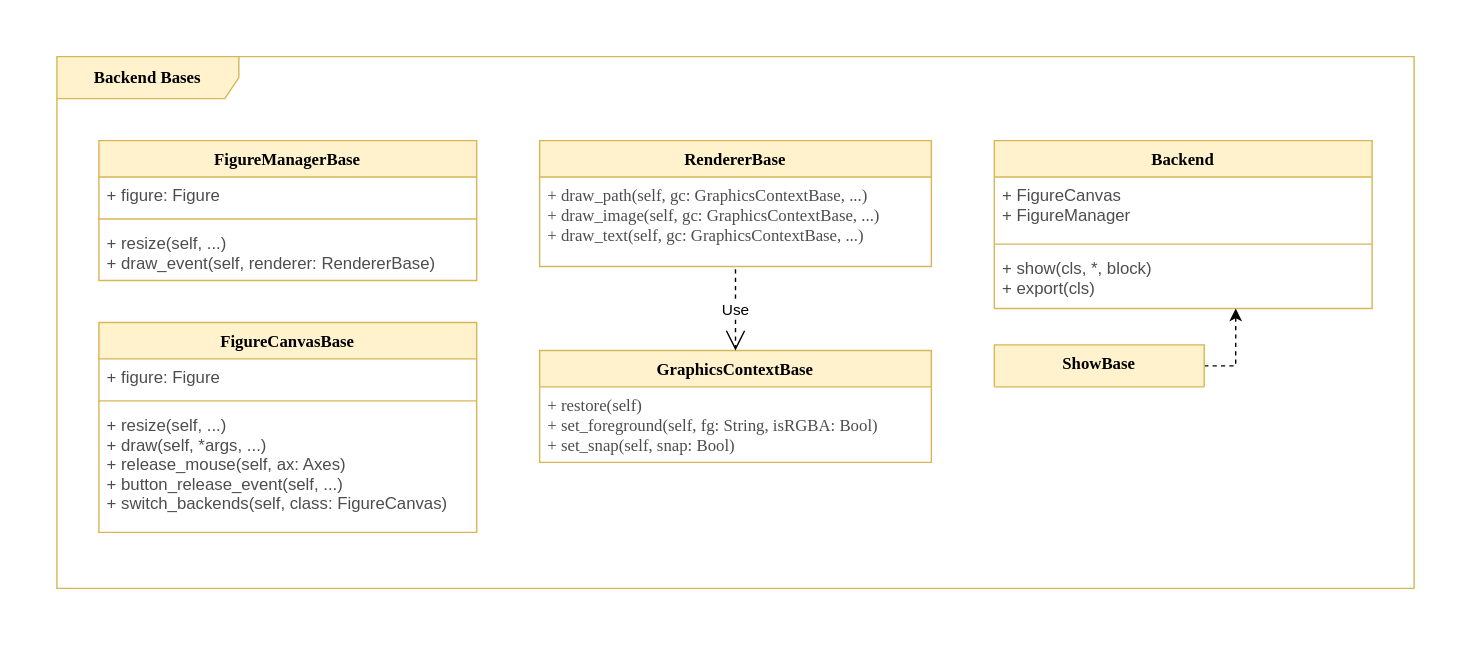
The draw.io diagram deliverable/1/img/UML_Backend_Layer_Bases.svg in CSCD01/team_04-project, before a commit. Source tidied: cells renumbered, new cells last; positions are measured from the earlier drawing's top-left corner, leaving out a move shared by most shapes.
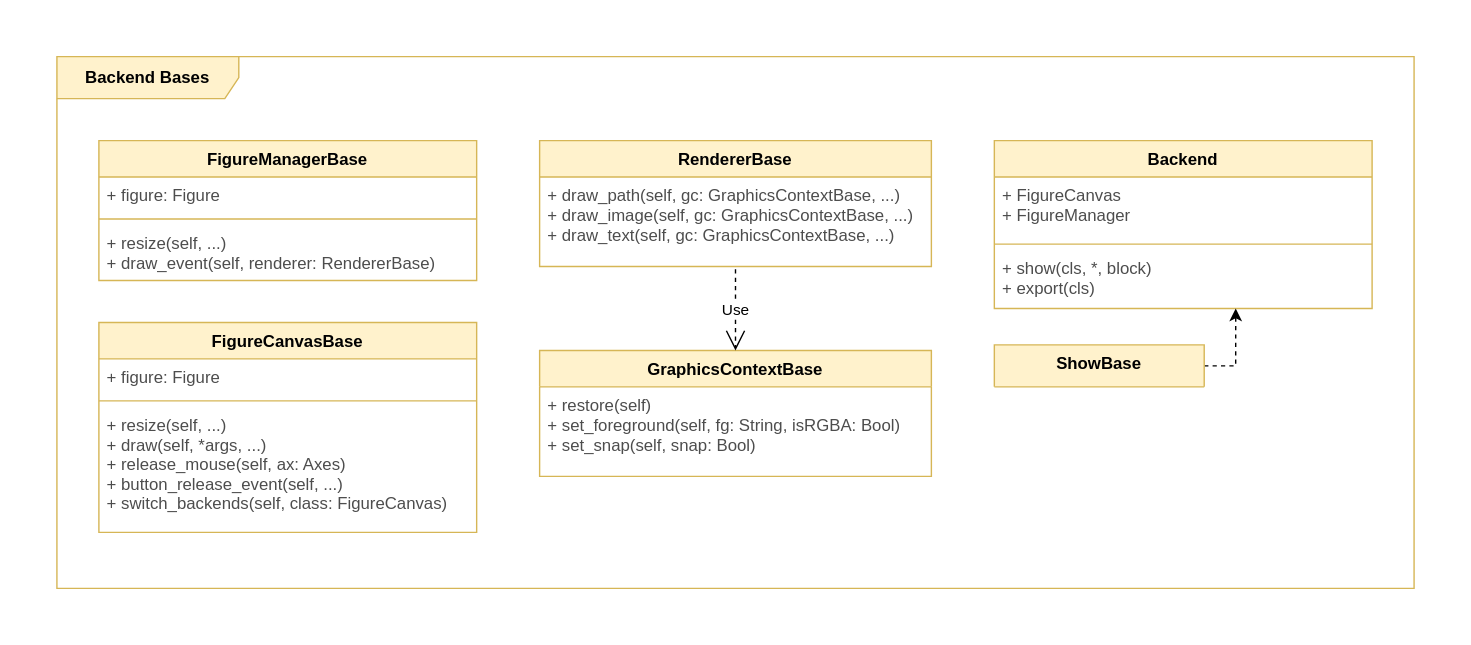
The same file after the commit.

What changed in the source:
```diff
@@ -2,67 +2,67 @@
   <root>
     <mxCell id="0" />
     <mxCell id="1" parent="0" />
-    <mxCell id="2" style="html=1;strokeColor=#FFFFFF;" parent="1" vertex="1">
+    <mxCell id="2" style="html=1;strokeColor=#FFFFFF;fontFamily=Helvetica;" parent="1" vertex="1">
       <mxGeometry width="1050" height="460" as="geometry" />
     </mxCell>
-    <mxCell id="3" value="&lt;font face=&quot;Tahoma&quot;&gt;&lt;b&gt;Backend Bases&lt;/b&gt;&lt;/font&gt;" style="shape=umlFrame;whiteSpace=wrap;html=1;fillColor=#fff2cc;strokeColor=#d6b656;width=130;height=30;" parent="1" vertex="1">
+    <mxCell id="3" value="&lt;font&gt;&lt;b&gt;Backend Bases&lt;/b&gt;&lt;/font&gt;" style="shape=umlFrame;whiteSpace=wrap;html=1;fillColor=#fff2cc;strokeColor=#d6b656;width=130;height=30;fontFamily=Helvetica;" parent="1" vertex="1">
       <mxGeometry x="40" y="40" width="970" height="380" as="geometry" />
     </mxCell>
-    <mxCell id="4" value="RendererBase" style="swimlane;fontStyle=1;horizontal=1;startSize=26;fillColor=#fff2cc;fontFamily=Tahoma;strokeColor=#d6b656;" parent="1" vertex="1">
+    <mxCell id="4" value="RendererBase" style="swimlane;fontStyle=1;horizontal=1;startSize=26;fillColor=#fff2cc;fontFamily=Helvetica;strokeColor=#d6b656;" parent="1" vertex="1">
       <mxGeometry x="385" y="100" width="280" height="90" as="geometry" />
     </mxCell>
-    <mxCell id="5" value="+ draw_path(self, gc: GraphicsContextBase, ...)&#10;+ draw_image(self, gc: GraphicsContextBase, ...)&#10;+ draw_text(self, gc: GraphicsContextBase, ...)" style="text;strokeColor=none;fillColor=none;align=left;verticalAlign=top;spacingLeft=4;spacingRight=4;overflow=hidden;fontFamily=Tahoma;fontColor=#4D4D4D;" parent="4" vertex="1">
+    <mxCell id="5" value="+ draw_path(self, gc: GraphicsContextBase, ...)&#10;+ draw_image(self, gc: GraphicsContextBase, ...)&#10;+ draw_text(self, gc: GraphicsContextBase, ...)" style="text;strokeColor=none;fillColor=none;align=left;verticalAlign=top;spacingLeft=4;spacingRight=4;overflow=hidden;fontFamily=Helvetica;fontColor=#4D4D4D;" parent="4" vertex="1">
       <mxGeometry y="26" width="280" height="64" as="geometry" />
     </mxCell>
-    <mxCell id="6" value="FigureCanvasBase" style="swimlane;fontStyle=1;align=center;verticalAlign=middle;horizontal=1;startSize=26;fontFamily=Tahoma;fontColor=#000000;strokeColor=#d6b656;fillColor=#fff2cc;" parent="1" vertex="1">
+    <mxCell id="6" value="FigureCanvasBase" style="swimlane;fontStyle=1;align=center;verticalAlign=middle;horizontal=1;startSize=26;fontFamily=Helvetica;fontColor=#000000;strokeColor=#d6b656;fillColor=#fff2cc;" parent="1" vertex="1">
       <mxGeometry x="70" y="230" width="270" height="150" as="geometry" />
     </mxCell>
-    <mxCell id="7" value="+ figure: Figure" style="text;strokeColor=none;fillColor=none;align=left;verticalAlign=top;spacingLeft=4;spacingRight=4;overflow=hidden;fontColor=#4D4D4D;" parent="6" vertex="1">
+    <mxCell id="7" value="+ figure: Figure" style="text;strokeColor=none;fillColor=none;align=left;verticalAlign=top;spacingLeft=4;spacingRight=4;overflow=hidden;fontColor=#4D4D4D;fontFamily=Helvetica;" parent="6" vertex="1">
       <mxGeometry y="26" width="270" height="26" as="geometry" />
     </mxCell>
-    <mxCell id="8" style="line;strokeWidth=1;fillColor=#fff2cc;align=left;verticalAlign=middle;spacingTop=-1;spacingLeft=3;spacingRight=3;labelPosition=right;strokeColor=#d6b656;" parent="6" vertex="1">
+    <mxCell id="8" style="line;strokeWidth=1;fillColor=#fff2cc;align=left;verticalAlign=middle;spacingTop=-1;spacingLeft=3;spacingRight=3;labelPosition=right;strokeColor=#d6b656;fontFamily=Helvetica;" parent="6" vertex="1">
       <mxGeometry y="52" width="270" height="8" as="geometry" />
     </mxCell>
-    <mxCell id="9" value="+ resize(self, ...)&#10;+ draw(self, *args, ...)&#10;+ release_mouse(self, ax: Axes)&#10;+ button_release_event(self, ...)&#10;+ switch_backends(self, class: FigureCanvas)" style="text;strokeColor=none;fillColor=none;align=left;verticalAlign=top;spacingLeft=4;spacingRight=4;overflow=hidden;fontColor=#4D4D4D;" parent="6" vertex="1">
+    <mxCell id="9" value="+ resize(self, ...)&#10;+ draw(self, *args, ...)&#10;+ release_mouse(self, ax: Axes)&#10;+ button_release_event(self, ...)&#10;+ switch_backends(self, class: FigureCanvas)" style="text;strokeColor=none;fillColor=none;align=left;verticalAlign=top;spacingLeft=4;spacingRight=4;overflow=hidden;fontColor=#4D4D4D;fontFamily=Helvetica;" parent="6" vertex="1">
       <mxGeometry y="60" width="270" height="90" as="geometry" />
     </mxCell>
-    <mxCell id="10" value="GraphicsContextBase" style="swimlane;fontStyle=1;horizontal=1;startSize=26;fillColor=#fff2cc;fontFamily=Tahoma;strokeColor=#d6b656;" parent="1" vertex="1">
-      <mxGeometry x="385" y="250" width="280" height="80" as="geometry" />
+    <mxCell id="10" value="GraphicsContextBase" style="swimlane;fontStyle=1;horizontal=1;startSize=26;fillColor=#fff2cc;fontFamily=Helvetica;strokeColor=#d6b656;" parent="1" vertex="1">
+      <mxGeometry x="385" y="250" width="280" height="90" as="geometry" />
     </mxCell>
-    <mxCell id="11" value="+ restore(self)&#10;+ set_foreground(self, fg: String, isRGBA: Bool)&#10;+ set_snap(self, snap: Bool)&#10;" style="text;strokeColor=none;fillColor=none;align=left;verticalAlign=top;spacingLeft=4;spacingRight=4;overflow=hidden;fontFamily=Tahoma;fontColor=#4D4D4D;" parent="10" vertex="1">
-      <mxGeometry y="26" width="280" height="54" as="geometry" />
+    <mxCell id="11" value="+ restore(self)&#10;+ set_foreground(self, fg: String, isRGBA: Bool)&#10;+ set_snap(self, snap: Bool)&#10;" style="text;strokeColor=none;fillColor=none;align=left;verticalAlign=top;spacingLeft=4;spacingRight=4;overflow=hidden;fontFamily=Helvetica;fontColor=#4D4D4D;" parent="10" vertex="1">
+      <mxGeometry y="26" width="280" height="64" as="geometry" />
     </mxCell>
-    <mxCell id="12" value="FigureManagerBase" style="swimlane;fontStyle=1;align=center;verticalAlign=middle;horizontal=1;startSize=26;fontFamily=Tahoma;fontColor=#000000;strokeColor=#d6b656;fillColor=#fff2cc;" parent="1" vertex="1">
+    <mxCell id="12" value="FigureManagerBase" style="swimlane;fontStyle=1;align=center;verticalAlign=middle;horizontal=1;startSize=26;fontFamily=Helvetica;fontColor=#000000;strokeColor=#d6b656;fillColor=#fff2cc;" parent="1" vertex="1">
       <mxGeometry x="70" y="100" width="270" height="100" as="geometry" />
     </mxCell>
-    <mxCell id="13" value="+ figure: Figure" style="text;strokeColor=none;fillColor=none;align=left;verticalAlign=top;spacingLeft=4;spacingRight=4;overflow=hidden;fontColor=#4D4D4D;" parent="12" vertex="1">
+    <mxCell id="13" value="+ figure: Figure" style="text;strokeColor=none;fillColor=none;align=left;verticalAlign=top;spacingLeft=4;spacingRight=4;overflow=hidden;fontColor=#4D4D4D;fontFamily=Helvetica;" parent="12" vertex="1">
       <mxGeometry y="26" width="270" height="26" as="geometry" />
     </mxCell>
-    <mxCell id="14" style="line;strokeWidth=1;fillColor=#fff2cc;align=left;verticalAlign=middle;spacingTop=-1;spacingLeft=3;spacingRight=3;labelPosition=right;strokeColor=#d6b656;" parent="12" vertex="1">
+    <mxCell id="14" style="line;strokeWidth=1;fillColor=#fff2cc;align=left;verticalAlign=middle;spacingTop=-1;spacingLeft=3;spacingRight=3;labelPosition=right;strokeColor=#d6b656;fontFamily=Helvetica;" parent="12" vertex="1">
       <mxGeometry y="52" width="270" height="8" as="geometry" />
     </mxCell>
-    <mxCell id="15" value="+ resize(self, ...)&#10;+ draw_event(self, renderer: RendererBase)" style="text;strokeColor=none;fillColor=none;align=left;verticalAlign=top;spacingLeft=4;spacingRight=4;overflow=hidden;fontColor=#4D4D4D;" parent="12" vertex="1">
+    <mxCell id="15" value="+ resize(self, ...)&#10;+ draw_event(self, renderer: RendererBase)" style="text;strokeColor=none;fillColor=none;align=left;verticalAlign=top;spacingLeft=4;spacingRight=4;overflow=hidden;fontColor=#4D4D4D;fontFamily=Helvetica;" parent="12" vertex="1">
       <mxGeometry y="60" width="270" height="40" as="geometry" />
     </mxCell>
-    <mxCell id="16" value="Backend" style="swimlane;fontStyle=1;align=center;verticalAlign=middle;horizontal=1;startSize=26;fontFamily=Tahoma;fontColor=#000000;strokeColor=#d6b656;fillColor=#fff2cc;" parent="1" vertex="1">
+    <mxCell id="16" value="Backend" style="swimlane;fontStyle=1;align=center;verticalAlign=middle;horizontal=1;startSize=26;fontFamily=Helvetica;fontColor=#000000;strokeColor=#d6b656;fillColor=#fff2cc;" parent="1" vertex="1">
       <mxGeometry x="710" y="100" width="270" height="120" as="geometry" />
     </mxCell>
-    <mxCell id="17" value="+ FigureCanvas&#10;+ FigureManager&#10;" style="text;strokeColor=none;fillColor=none;align=left;verticalAlign=top;spacingLeft=4;spacingRight=4;overflow=hidden;fontColor=#4D4D4D;" parent="16" vertex="1">
+    <mxCell id="17" value="+ FigureCanvas&#10;+ FigureManager&#10;" style="text;strokeColor=none;fillColor=none;align=left;verticalAlign=top;spacingLeft=4;spacingRight=4;overflow=hidden;fontColor=#4D4D4D;fontFamily=Helvetica;" parent="16" vertex="1">
       <mxGeometry y="26" width="270" height="44" as="geometry" />
     </mxCell>
-    <mxCell id="18" style="line;strokeWidth=1;fillColor=#fff2cc;align=left;verticalAlign=middle;spacingTop=-1;spacingLeft=3;spacingRight=3;labelPosition=right;strokeColor=#d6b656;" parent="16" vertex="1">
+    <mxCell id="18" style="line;strokeWidth=1;fillColor=#fff2cc;align=left;verticalAlign=middle;spacingTop=-1;spacingLeft=3;spacingRight=3;labelPosition=right;strokeColor=#d6b656;fontFamily=Helvetica;" parent="16" vertex="1">
       <mxGeometry y="70" width="270" height="8" as="geometry" />
     </mxCell>
-    <mxCell id="19" value="+ show(cls, *, block)&#10;+ export(cls)" style="text;strokeColor=none;fillColor=none;align=left;verticalAlign=top;spacingLeft=4;spacingRight=4;overflow=hidden;points=[[0,0.5],[1,0.5]];portConstraint=eastwest;fontColor=#4D4D4D;" parent="16" vertex="1">
+    <mxCell id="19" value="+ show(cls, *, block)&#10;+ export(cls)" style="text;strokeColor=none;fillColor=none;align=left;verticalAlign=top;spacingLeft=4;spacingRight=4;overflow=hidden;points=[[0,0.5],[1,0.5]];portConstraint=eastwest;fontColor=#4D4D4D;fontFamily=Helvetica;" parent="16" vertex="1">
       <mxGeometry y="78" width="270" height="42" as="geometry" />
     </mxCell>
-    <mxCell id="20" style="edgeStyle=orthogonalEdgeStyle;rounded=0;jettySize=auto;html=1;exitX=1;exitY=0.5;exitDx=0;exitDy=0;entryX=0.639;entryY=1;entryDx=0;entryDy=0;entryPerimeter=0;dashed=1;" parent="1" edge="1" source="21" target="19">
+    <mxCell id="20" style="edgeStyle=orthogonalEdgeStyle;rounded=0;jettySize=auto;html=1;exitX=1;exitY=0.5;exitDx=0;exitDy=0;entryX=0.639;entryY=1;entryDx=0;entryDy=0;entryPerimeter=0;dashed=1;fontFamily=Helvetica;" parent="1" edge="1" source="21" target="19">
       <mxGeometry relative="1" as="geometry" />
     </mxCell>
-    <mxCell id="21" value="ShowBase" style="swimlane;fontStyle=1;horizontal=1;startSize=30;fillColor=#fff2cc;fontFamily=Tahoma;strokeColor=#d6b656;verticalAlign=top;" parent="1" vertex="1">
+    <mxCell id="21" value="ShowBase" style="swimlane;fontStyle=1;horizontal=1;startSize=30;fillColor=#fff2cc;fontFamily=Helvetica;strokeColor=#d6b656;verticalAlign=top;" parent="1" vertex="1">
       <mxGeometry x="710" y="246" width="150" height="30" as="geometry" />
     </mxCell>
-    <mxCell id="22" value="Use" style="endArrow=open;endSize=12;dashed=1;html=1;" parent="1" edge="1" target="10">
+    <mxCell id="22" value="Use" style="endArrow=open;endSize=12;dashed=1;html=1;fontFamily=Helvetica;" parent="1" edge="1" target="10">
       <mxGeometry relative="1" as="geometry">
         <mxPoint x="525" y="192" as="sourcePoint" />
       </mxGeometry>
```
